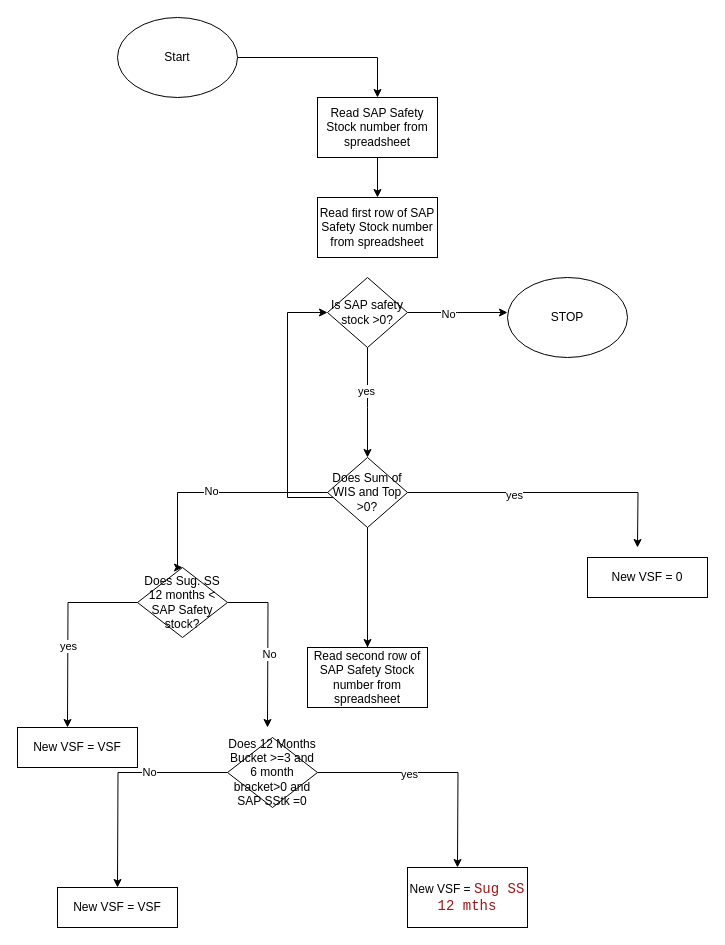
abhishekgenius93/mydiagramlearning keeps this draw.io diagram as Untitled Diagram.drawio. Above is the earlier version. Source tidied: cells renumbered, new cells numbered last; positions are measured from the earlier drawing's top-left corner, leaving out a move shared by most shapes. Both pictures are drawn from the tidied source at 100%, with x=0, y=0 at pixel (17, 17).
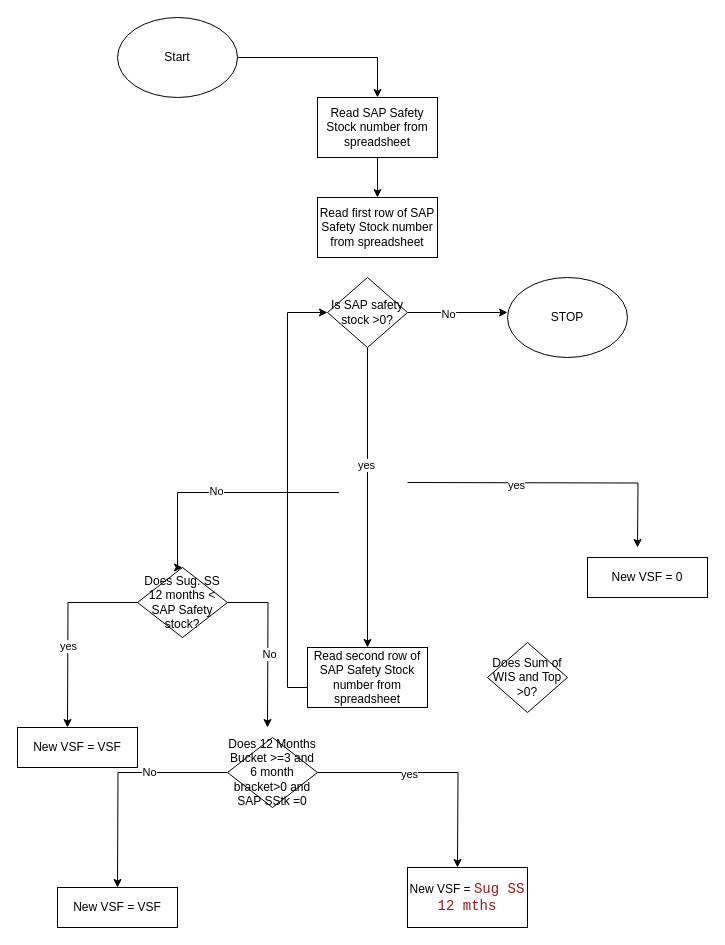
Above is the later version.

Unchanged cells that the change refers to:
```xml
<mxCell id="11" value="Is SAP safety stock &amp;gt;0?" style="rhombus;whiteSpace=wrap;html=1;" parent="1" vertex="1">
  <mxGeometry x="310" y="260" width="80" height="70" as="geometry" />
</mxCell>
<mxCell id="13" value="Read second row of SAP Safety Stock number from spreadsheet" style="rounded=0;whiteSpace=wrap;html=1;" parent="1" vertex="1">
  <mxGeometry x="290" y="630" width="120" height="60" as="geometry" />
</mxCell>
<mxCell id="25" value="Does Sug. SS 12 months &amp;lt; SAP Safety stock?" style="rhombus;whiteSpace=wrap;html=1;" parent="1" vertex="1">
  <mxGeometry x="120" y="550" width="90" height="70" as="geometry" />
</mxCell>
```

Change to the diagram source:
```diff
@@
-    <mxCell id="9" style="edgeStyle=orthogonalEdgeStyle;rounded=0;jettySize=auto;html=1;exitX=0.5;exitY=1;exitDx=0;exitDy=0;entryX=0.5;entryY=0;entryDx=0;entryDy=0;" parent="1" edge="1" source="11" target="19">
-      <mxGeometry relative="1" as="geometry">
-        <Array as="points">
-          <mxPoint x="350" y="390" />
-          <mxPoint x="350" y="390" />
-        </Array>
-      </mxGeometry>
+    <mxCell id="9" style="edgeStyle=orthogonalEdgeStyle;rounded=0;jettySize=auto;html=1;exitX=0.5;exitY=1;exitDx=0;exitDy=0;" parent="1" edge="1" source="11" target="13">
+      <mxGeometry relative="1" as="geometry" />
     </mxCell>
@@
     <mxCell id="12" style="edgeStyle=orthogonalEdgeStyle;rounded=0;jettySize=auto;html=1;entryX=0;entryY=0.5;entryDx=0;entryDy=0;" parent="1" edge="1" source="13" target="11">
-      <mxGeometry relative="1" as="geometry" />
+      <mxGeometry relative="1" as="geometry">
+        <Array as="points">
+          <mxPoint x="270" y="670" />
+          <mxPoint x="270" y="295" />
+        </Array>
+      </mxGeometry>
     </mxCell>
@@
-    <mxCell id="14" style="edgeStyle=orthogonalEdgeStyle;rounded=0;jettySize=auto;html=1;entryX=0.5;entryY=0;entryDx=0;entryDy=0;" parent="1" edge="1" source="19" target="13">
-      <mxGeometry relative="1" as="geometry" />
-    </mxCell>
-    <mxCell id="15" style="edgeStyle=orthogonalEdgeStyle;rounded=0;jettySize=auto;html=1;" parent="1" edge="1" source="19">
+    <mxCell id="15" style="edgeStyle=orthogonalEdgeStyle;rounded=0;orthogonalLoop=1;jettySize=auto;html=1;" parent="1" edge="1">
       <mxGeometry relative="1" as="geometry">
+        <mxPoint x="390" y="465" as="sourcePoint" />
         <mxPoint x="620" y="530" as="targetPoint" />
       </mxGeometry>
     </mxCell>
@@
-    <mxCell id="17" style="edgeStyle=orthogonalEdgeStyle;rounded=0;jettySize=auto;html=1;entryX=0.5;entryY=0;entryDx=0;entryDy=0;" parent="1" edge="1" source="19" target="25">
+    <mxCell id="17" style="edgeStyle=orthogonalEdgeStyle;rounded=0;jettySize=auto;html=1;entryX=0.5;entryY=0;entryDx=0;entryDy=0;" parent="1" edge="1" target="25">
       <mxGeometry relative="1" as="geometry">
+        <mxPoint x="321.4" y="475" as="sourcePoint" />
         <Array as="points">
           <mxPoint x="160" y="475" />
         </Array>
       </mxGeometry>
     </mxCell>
@@
-    <mxCell id="19" value="Does Sum of WIS and Top &amp;gt;0?" style="rhombus;whiteSpace=wrap;html=1;" parent="1" vertex="1">
-      <mxGeometry x="310" y="440" width="80" height="70" as="geometry" />
-    </mxCell>
@@
+    <mxCell id="19" value="Does Sum of WIS and Top &amp;gt;0?" style="rhombus;whiteSpace=wrap;html=1;" parent="1" vertex="1">
+      <mxGeometry x="470" y="625" width="80" height="70" as="geometry" />
+    </mxCell>
```
